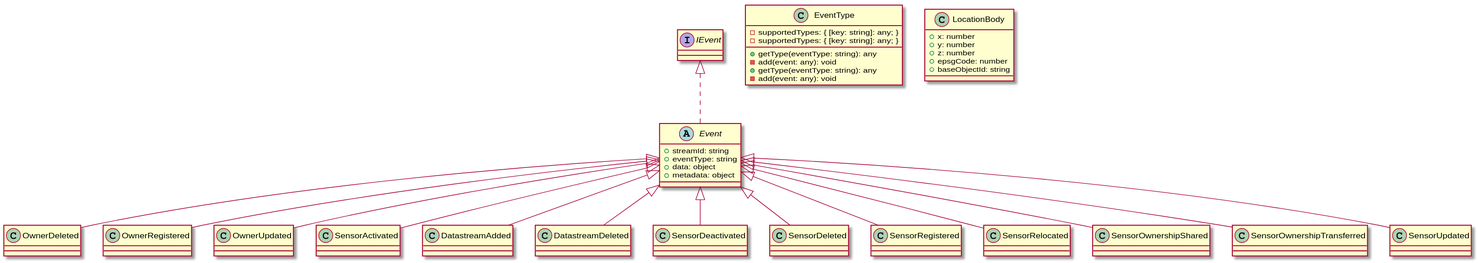
This is docs/images/events-uml.svg from kadaster-labs/sensrnet-registry-backend, a PlantUML export, as it was before one commit. Source of this version:
```plantuml
@startuml
abstract class Event implements IEvent {
    +streamId: string
    +eventType: string
    +data: object
    +metadata: object
}
class OwnerDeleted extends Event
class OwnerRegistered extends Event
class OwnerUpdated extends Event
class EventType {
    -supportedTypes: { [key: string]: any; }
    +getType(eventType: string): any
    -add(event: any): void
}
class SensorActivated extends Event
class DatastreamAdded extends Event
class DatastreamDeleted extends Event
class SensorDeactivated extends Event
class SensorDeleted extends Event
class LocationBody {
    +x: number
    +y: number
    +z: number
    +epsgCode: number
    +baseObjectId: string
}
class SensorRegistered extends Event
class SensorRelocated extends Event
class SensorOwnershipShared extends Event
class SensorOwnershipTransferred extends Event
class SensorUpdated extends Event
class EventType {
    -supportedTypes: { [key: string]: any; }
    +getType(eventType: string): any
    -add(event: any): void
}
@enduml
```
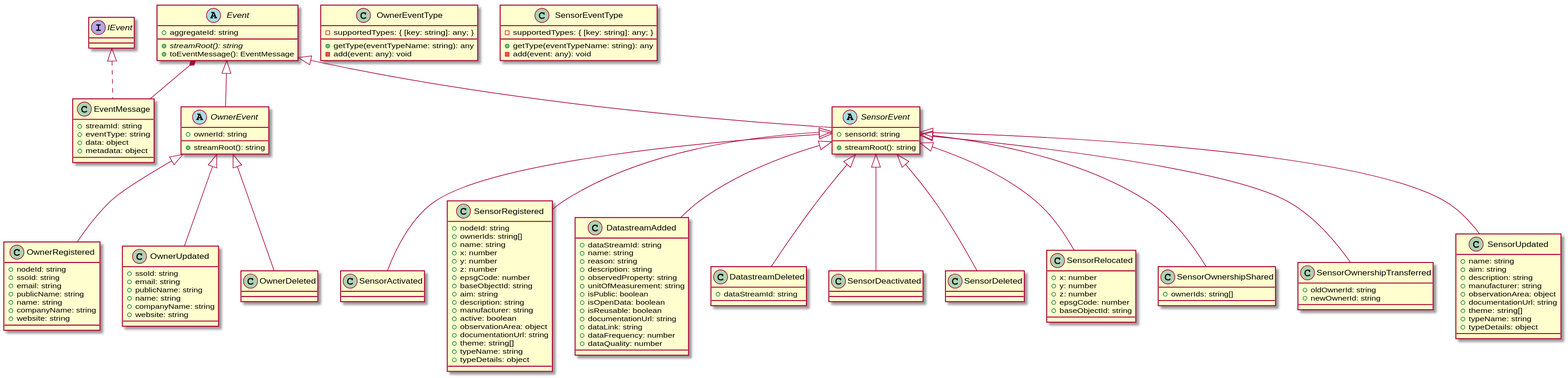
After the change.

Commit message:
updated UML model of events

The edit, as a diff of the source:
```diff
@@ -1,38 +1,115 @@
 @startuml
-abstract class Event implements IEvent {
+class EventMessage implements IEvent {
     +streamId: string
     +eventType: string
     +data: object
     +metadata: object
 }
-class OwnerDeleted extends Event
-class OwnerRegistered extends Event
-class OwnerUpdated extends Event
-class EventType {
+abstract class Event {
+    +aggregateId: string
+    +{abstract} streamRoot(): string
+    +toEventMessage(): EventMessage
+}
+abstract class OwnerEvent extends Event {
+    +ownerId: string
+    +streamRoot(): string
+}
+class OwnerRegistered extends OwnerEvent {
+    +nodeId: string
+    +ssoId: string
+    +email: string
+    +publicName: string
+    +name: string
+    +companyName: string
+    +website: string
+}
+class OwnerUpdated extends OwnerEvent {
+    +ssoId: string
+    +email: string
+    +publicName: string
+    +name: string
+    +companyName: string
+    +website: string
+}
+class OwnerDeleted extends OwnerEvent
+class OwnerEventType {
     -supportedTypes: { [key: string]: any; }
-    +getType(eventType: string): any
+    +getType(eventTypeName: string): any
     -add(event: any): void
 }
-class SensorActivated extends Event
-class DatastreamAdded extends Event
-class DatastreamDeleted extends Event
-class SensorDeactivated extends Event
-class SensorDeleted extends Event
-class LocationBody {
+abstract class SensorEvent extends Event {
+    +sensorId: string
+    +streamRoot(): string
+}
+class SensorActivated extends SensorEvent
+class SensorRegistered extends SensorEvent {
+    +nodeId: string
+    +ownerIds: string[]
+    +name: string
+    +x: number
+    +y: number
+    +z: number
+    +epsgCode: number
+    +baseObjectId: string
+    +aim: string
+    +description: string
+    +manufacturer: string
+    +active: boolean
+    +observationArea: object
+    +documentationUrl: string
+    +theme: string[]
+    +typeName: string
+    +typeDetails: object
+}
+class DatastreamAdded extends SensorEvent {
+    +dataStreamId: string
+    +name: string
+    +reason: string
+    +description: string
+    +observedProperty: string
+    +unitOfMeasurement: string
+    +isPublic: boolean
+    +isOpenData: boolean
+    +isReusable: boolean
+    +documentationUrl: string
+    +dataLink: string
+    +dataFrequency: number
+    +dataQuality: number
+}
+class DatastreamDeleted extends SensorEvent {
+    +dataStreamId: string
+}
+class SensorDeactivated extends SensorEvent
+class SensorDeleted extends SensorEvent
+class SensorRelocated extends SensorEvent {
     +x: number
     +y: number
     +z: number
     +epsgCode: number
     +baseObjectId: string
 }
-class SensorRegistered extends Event
-class SensorRelocated extends Event
-class SensorOwnershipShared extends Event
-class SensorOwnershipTransferred extends Event
-class SensorUpdated extends Event
-class EventType {
+class SensorOwnershipShared extends SensorEvent {
+    +ownerIds: string[]
+}
+class SensorOwnershipTransferred extends SensorEvent {
+    +oldOwnerId: string
+    +newOwnerId: string
+}
+class SensorUpdated extends SensorEvent {
+    +name: string
+    +aim: string
+    +description: string
+    +manufacturer: string
+    +observationArea: object
+    +documentationUrl: string
+    +theme: string[]
+    +typeName: string
+    +typeDetails: object
+}
+class SensorEventType {
     -supportedTypes: { [key: string]: any; }
-    +getType(eventType: string): any
+    +getType(eventTypeName: string): any
     -add(event: any): void
 }
+Event *-- EventMessage
 @enduml
```
